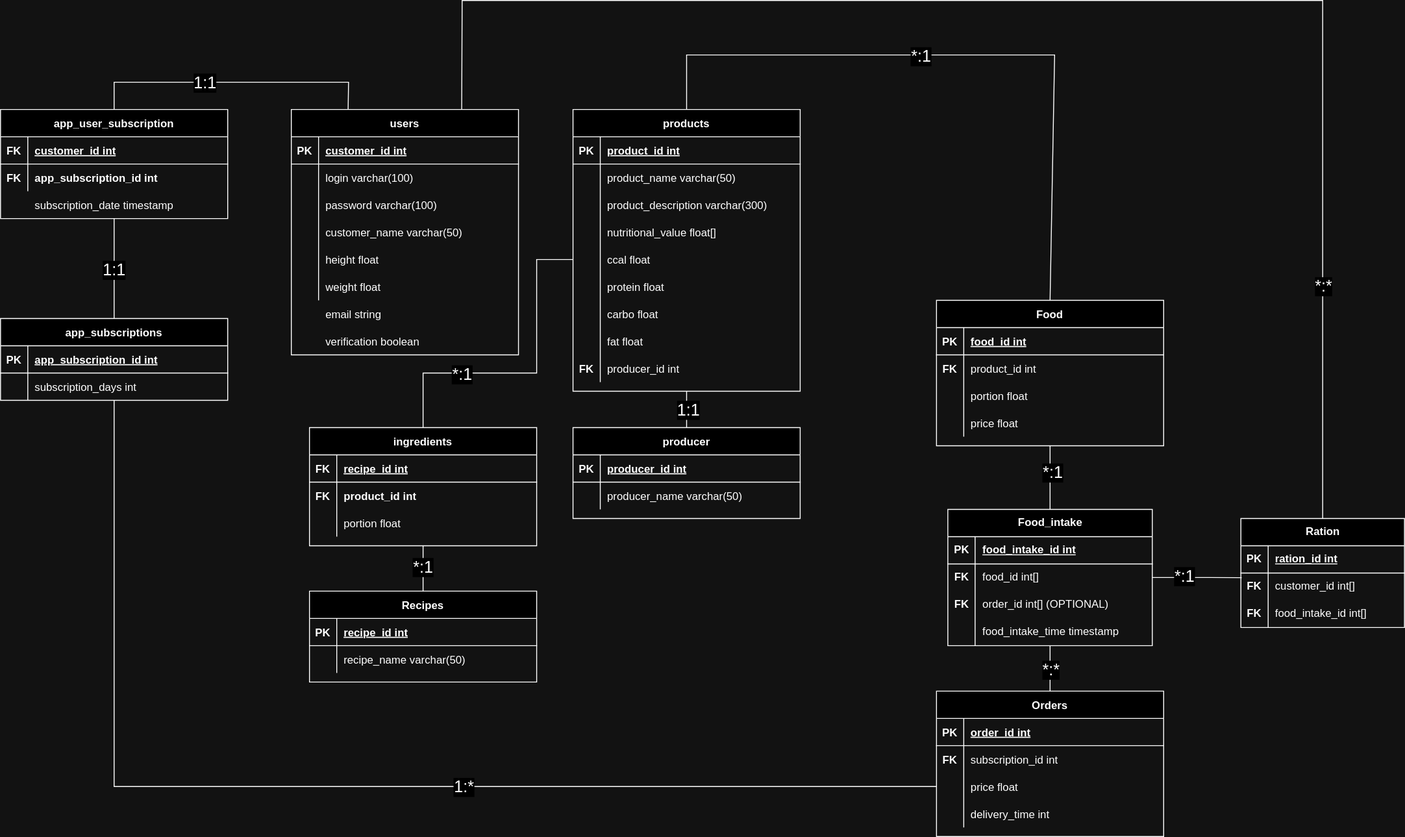
Earlier version of the draw.io export docs/images/erd.svg (Livmasss/Pisheglot). Source tidied: cells renumbered, new cells last; positions are measured from the earlier drawing's top-left corner, leaving out a move shared by most shapes.
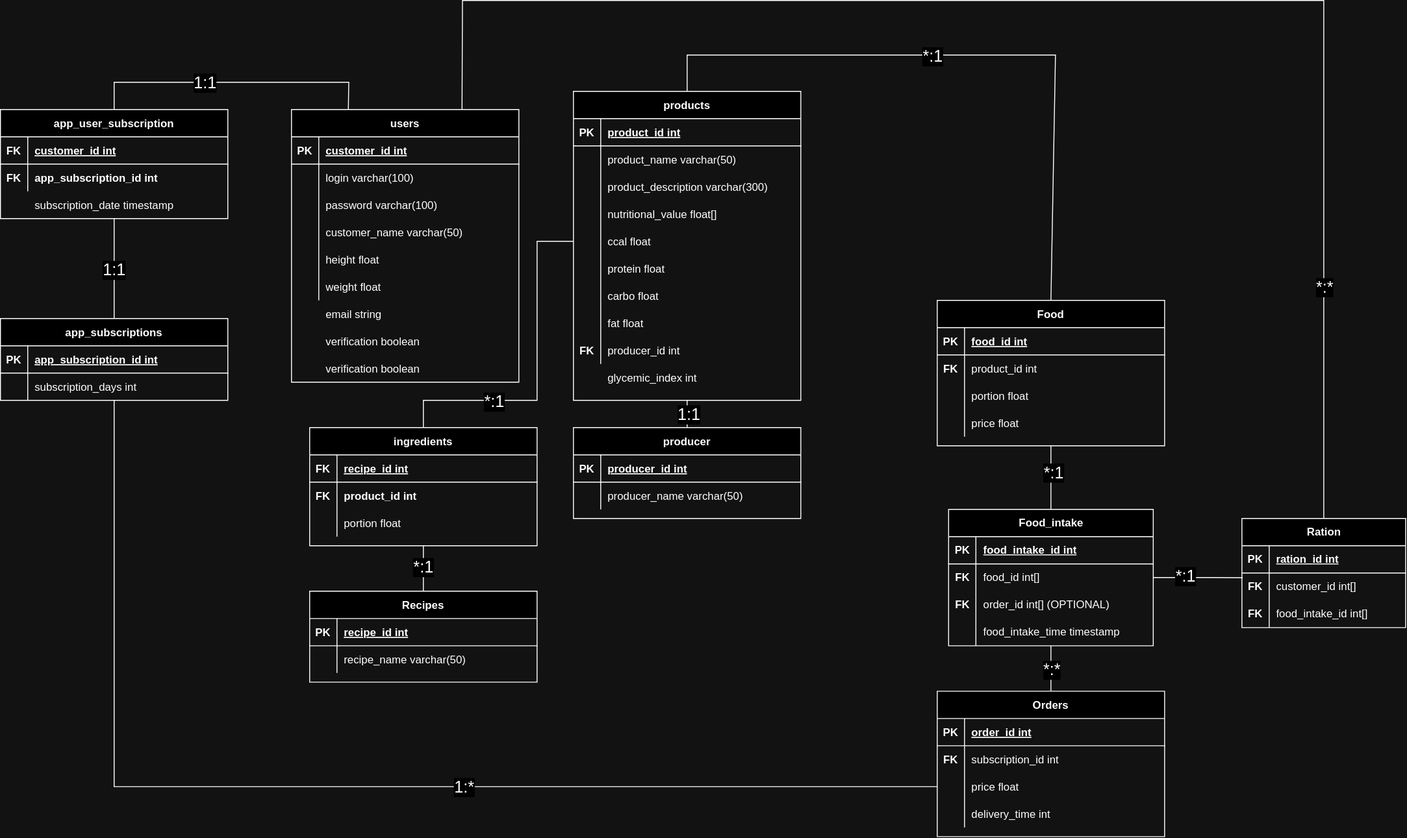
Above is the later version.

What changed in the source:
```diff
@@ -3,7 +3,7 @@
     <mxCell id="0" />
     <mxCell id="1" parent="0" />
     <mxCell id="2" value="products" style="shape=table;startSize=30;rowLines=0;fontStyle=1;align=center;" parent="1" vertex="1">
-      <mxGeometry x="630" y="120" width="250" height="310" as="geometry" />
+      <mxGeometry x="630" y="100" width="250" height="340" as="geometry" />
     </mxCell>
     <mxCell id="3" style="shape=partialRectangle;fillColor=none;top=0;left=0;right=0;bottom=1;" parent="2" vertex="1">
       <mxGeometry y="30" width="250" height="30" as="geometry" />
@@ -108,7 +108,7 @@
       <mxGeometry x="30" width="220" height="30" as="geometry" />
     </mxCell>
     <mxCell id="37" value="users" style="shape=table;startSize=30;rowLines=0;fontStyle=1;align=center;" parent="1" vertex="1">
-      <mxGeometry x="320" y="120" width="250" height="270" as="geometry" />
+      <mxGeometry x="320" y="120" width="250" height="300" as="geometry" />
     </mxCell>
     <mxCell id="38" style="shape=partialRectangle;fillColor=none;top=0;left=0;right=0;bottom=1;" parent="37" vertex="1">
       <mxGeometry y="30" width="250" height="30" as="geometry" />
@@ -377,9 +377,9 @@
     <mxCell id="122" style="endArrow=none;html=1;rounded=0;exitX=0.5;exitY=0;exitDx=0;exitDy=0;entryX=0;entryY=0.5;entryDx=0;entryDy=0;" parent="1" edge="1" source="69" target="15">
       <mxGeometry relative="1" as="geometry">
         <Array as="points">
-          <mxPoint x="465" y="410" />
-          <mxPoint x="590" y="410" />
-          <mxPoint x="590" y="285" />
+          <mxPoint x="465" y="440" />
+          <mxPoint x="590" y="440" />
+          <mxPoint x="590" y="265" />
         </Array>
       </mxGeometry>
     </mxCell>
@@ -523,5 +523,11 @@
     <mxCell id="162" value="verification boolean" style="shape=partialRectangle;overflow=hidden;fillColor=none;top=0;left=0;bottom=0;right=0;align=left;spacingLeft=6;" parent="1" vertex="1">
       <mxGeometry x="350" y="360" width="220" height="30" as="geometry" />
     </mxCell>
+    <mxCell id="163" value="verification boolean" style="shape=partialRectangle;overflow=hidden;fillColor=none;top=0;left=0;bottom=0;right=0;align=left;spacingLeft=6;" parent="1" vertex="1">
+      <mxGeometry x="350" y="390" width="220" height="30" as="geometry" />
+    </mxCell>
+    <mxCell id="164" value="glycemic_index int" style="shape=partialRectangle;overflow=hidden;fillColor=none;top=0;left=0;bottom=0;right=0;align=left;spacingLeft=6;" parent="1" vertex="1">
+      <mxGeometry x="660" y="400" width="220" height="30" as="geometry" />
+    </mxCell>
   </root>
 </mxGraphModel>
```
